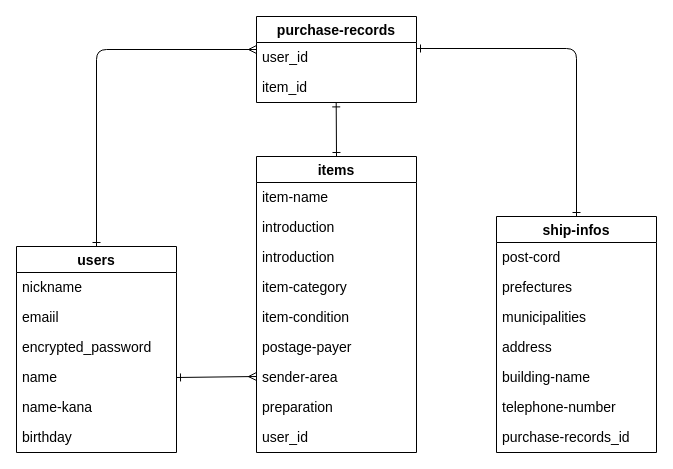
Above: furima.dio in hso-sue/furima-38308 (draw.io), before the change. Source tidied: cells renumbered, new cells numbered last; positions are measured from the earlier drawing's top-left corner, leaving out a move shared by most shapes. Both pictures are drawn from the tidied source at 100%, with x=0, y=0 at pixel (16, 16).
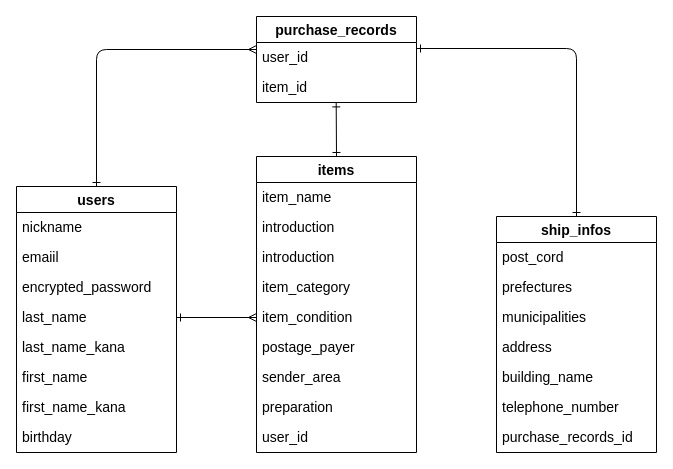
Above is the later version.

Commit message (it also covers changes not shown here):
データベース設計の修正

The change refers to these unchanged cells:
```xml
<mxCell id="23" value="items" style="swimlane;fontStyle=1;horizontal=1;startSize=26;align=center;fontSize=14;" parent="1" vertex="1">
  <mxGeometry x="240" y="140" width="160" height="296" as="geometry" />
</mxCell>
```

The edit, as a diff of the source:
```diff
@@
-    <mxCell id="2" value="purchase-records" style="swimlane;fontStyle=1;horizontal=1;startSize=26;align=center;fontSize=14;" parent="1" vertex="1">
+    <mxCell id="2" value="purchase_records" style="swimlane;fontStyle=1;horizontal=1;startSize=26;align=center;fontSize=14;" parent="1" vertex="1">
       <mxGeometry x="240" width="160" height="86" as="geometry" />
     </mxCell>
@@
-    <mxCell id="6" value="ship-infos" style="swimlane;fontStyle=1;horizontal=1;startSize=26;align=center;fontSize=14;" parent="1" vertex="1">
+    <mxCell id="6" value="ship_infos" style="swimlane;fontStyle=1;horizontal=1;startSize=26;align=center;fontSize=14;" parent="1" vertex="1">
       <mxGeometry x="480" y="200" width="160" height="236" as="geometry" />
     </mxCell>
-    <mxCell id="7" value="post-cord" style="text;strokeColor=none;fillColor=none;spacingLeft=4;spacingRight=4;overflow=hidden;fontSize=14;" parent="6" vertex="1">
+    <mxCell id="7" value="post_cord" style="text;strokeColor=none;fillColor=none;spacingLeft=4;spacingRight=4;overflow=hidden;fontSize=14;" parent="6" vertex="1">
       <mxGeometry y="26" width="160" height="30" as="geometry" />
     </mxCell>
@@
-    <mxCell id="11" value="building-name" style="text;strokeColor=none;fillColor=none;spacingLeft=4;spacingRight=4;overflow=hidden;fontSize=14;" parent="6" vertex="1">
+    <mxCell id="11" value="building_name" style="text;strokeColor=none;fillColor=none;spacingLeft=4;spacingRight=4;overflow=hidden;fontSize=14;" parent="6" vertex="1">
       <mxGeometry y="146" width="160" height="30" as="geometry" />
     </mxCell>
-    <mxCell id="12" value="telephone-number" style="text;strokeColor=none;fillColor=none;spacingLeft=4;spacingRight=4;overflow=hidden;fontSize=14;" parent="6" vertex="1">
+    <mxCell id="12" value="telephone_number" style="text;strokeColor=none;fillColor=none;spacingLeft=4;spacingRight=4;overflow=hidden;fontSize=14;" parent="6" vertex="1">
       <mxGeometry y="176" width="160" height="30" as="geometry" />
     </mxCell>
-    <mxCell id="13" value="purchase-records_id" style="text;strokeColor=none;fillColor=none;spacingLeft=4;spacingRight=4;overflow=hidden;fontSize=14;" parent="6" vertex="1">
+    <mxCell id="13" value="purchase_records_id" style="text;strokeColor=none;fillColor=none;spacingLeft=4;spacingRight=4;overflow=hidden;fontSize=14;" parent="6" vertex="1">
       <mxGeometry y="206" width="160" height="30" as="geometry" />
     </mxCell>
@@
     <mxCell id="15" value="users" style="swimlane;fontStyle=1;horizontal=1;startSize=26;align=center;fontSize=14;" parent="1" vertex="1">
-      <mxGeometry y="230" width="160" height="206" as="geometry" />
+      <mxGeometry y="170" width="160" height="266" as="geometry" />
     </mxCell>
@@
-    <mxCell id="19" value="name" style="text;strokeColor=none;fillColor=none;spacingLeft=4;spacingRight=4;overflow=hidden;points=[[0,0.5],[1,0.5]];portConstraint=eastwest;fontSize=14;" parent="15" vertex="1">
+    <mxCell id="19" value="last_name" style="text;strokeColor=none;fillColor=none;spacingLeft=4;spacingRight=4;overflow=hidden;points=[[0,0.5],[1,0.5]];portConstraint=eastwest;fontSize=14;" parent="15" vertex="1">
       <mxGeometry y="116" width="160" height="30" as="geometry" />
     </mxCell>
-    <mxCell id="20" value="name-kana" style="text;strokeColor=none;fillColor=none;spacingLeft=4;spacingRight=4;overflow=hidden;fontSize=14;" parent="15" vertex="1">
+    <mxCell id="20" value="last_name_kana" style="text;strokeColor=none;fillColor=none;spacingLeft=4;spacingRight=4;overflow=hidden;fontSize=14;" parent="15" vertex="1">
       <mxGeometry y="146" width="160" height="30" as="geometry" />
     </mxCell>
+    <mxCell id="34" value="first_name" style="text;strokeColor=none;fillColor=none;spacingLeft=4;spacingRight=4;overflow=hidden;fontSize=14;" parent="15" vertex="1">
+      <mxGeometry y="176" width="160" height="30" as="geometry" />
+    </mxCell>
+    <mxCell id="35" value="first_name_kana" style="text;strokeColor=none;fillColor=none;spacingLeft=4;spacingRight=4;overflow=hidden;fontSize=14;" parent="15" vertex="1">
+      <mxGeometry y="206" width="160" height="30" as="geometry" />
+    </mxCell>
     <mxCell id="21" value="birthday" style="text;strokeColor=none;fillColor=none;spacingLeft=4;spacingRight=4;overflow=hidden;fontSize=14;" parent="15" vertex="1">
-      <mxGeometry y="176" width="160" height="30" as="geometry" />
+      <mxGeometry y="236" width="160" height="30" as="geometry" />
     </mxCell>
@@
-    <mxCell id="24" value="item-name" style="text;strokeColor=none;fillColor=none;spacingLeft=4;spacingRight=4;overflow=hidden;fontSize=14;" parent="23" vertex="1">
+    <mxCell id="24" value="item_name" style="text;strokeColor=none;fillColor=none;spacingLeft=4;spacingRight=4;overflow=hidden;fontSize=14;" parent="23" vertex="1">
       <mxGeometry y="26" width="160" height="30" as="geometry" />
     </mxCell>
@@
-    <mxCell id="27" value="item-category" style="text;strokeColor=none;fillColor=none;spacingLeft=4;spacingRight=4;overflow=hidden;fontSize=14;" parent="23" vertex="1">
+    <mxCell id="27" value="item_category" style="text;strokeColor=none;fillColor=none;spacingLeft=4;spacingRight=4;overflow=hidden;fontSize=14;" parent="23" vertex="1">
       <mxGeometry y="116" width="160" height="30" as="geometry" />
     </mxCell>
-    <mxCell id="28" value="item-condition" style="text;strokeColor=none;fillColor=none;spacingLeft=4;spacingRight=4;overflow=hidden;points=[[0,0.5],[1,0.5]];portConstraint=eastwest;fontSize=14;" parent="23" vertex="1">
+    <mxCell id="28" value="item_condition" style="text;strokeColor=none;fillColor=none;spacingLeft=4;spacingRight=4;overflow=hidden;points=[[0,0.5],[1,0.5]];portConstraint=eastwest;fontSize=14;" parent="23" vertex="1">
       <mxGeometry y="146" width="160" height="30" as="geometry" />
     </mxCell>
-    <mxCell id="29" value="postage-payer" style="text;strokeColor=none;fillColor=none;spacingLeft=4;spacingRight=4;overflow=hidden;fontSize=14;" parent="23" vertex="1">
+    <mxCell id="29" value="postage_payer" style="text;strokeColor=none;fillColor=none;spacingLeft=4;spacingRight=4;overflow=hidden;fontSize=14;" parent="23" vertex="1">
       <mxGeometry y="176" width="160" height="30" as="geometry" />
     </mxCell>
-    <mxCell id="30" value="sender-area" style="text;strokeColor=none;fillColor=none;spacingLeft=4;spacingRight=4;overflow=hidden;fontSize=14;" parent="23" vertex="1">
+    <mxCell id="30" value="sender_area" style="text;strokeColor=none;fillColor=none;spacingLeft=4;spacingRight=4;overflow=hidden;fontSize=14;" parent="23" vertex="1">
       <mxGeometry y="206" width="160" height="30" as="geometry" />
     </mxCell>
@@
-    <mxCell id="33" style="edgeStyle=none;rounded=1;html=1;exitX=1;exitY=0.5;exitDx=0;exitDy=0;fontSize=14;startArrow=ERone;startFill=0;endArrow=ERmany;endFill=0;targetPerimeterSpacing=0;strokeWidth=1;" parent="1" edge="1" source="19">
-      <mxGeometry relative="1" as="geometry">
-        <mxPoint x="240" y="360" as="targetPoint" />
-      </mxGeometry>
+    <mxCell id="33" style="edgeStyle=none;rounded=1;html=1;exitX=1;exitY=0.5;exitDx=0;exitDy=0;fontSize=14;startArrow=ERone;startFill=0;endArrow=ERmany;endFill=0;targetPerimeterSpacing=0;strokeWidth=1;entryX=0;entryY=0.5;entryDx=0;entryDy=0;" parent="1" edge="1" source="19" target="28">
+      <mxGeometry relative="1" as="geometry" />
     </mxCell>
```
